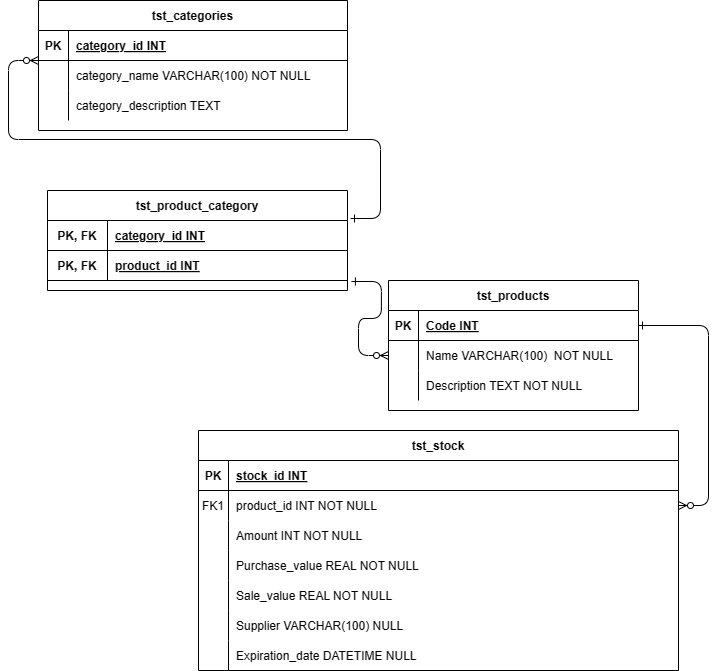
Earlier version of the draw.io export DER.drawio.png (SrSpratt/Desafio.API_camadas). Source tidied: cells renumbered, new cells last; positions are measured from the earlier drawing's top-left corner, leaving out a move shared by most shapes.
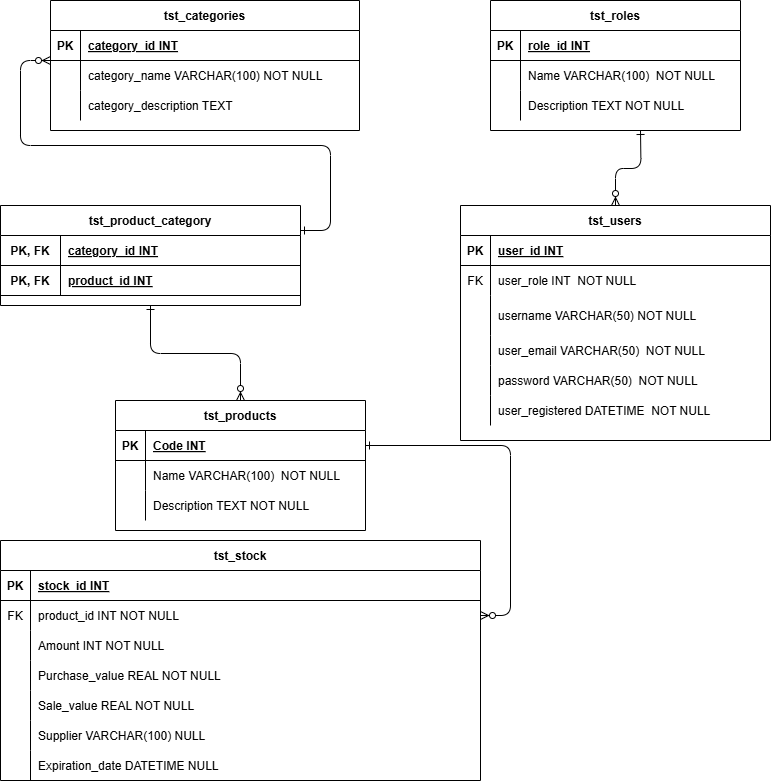
The same diagram one commit later.

Diff of the diagram source:
```diff
@@ -2,20 +2,11 @@
   <root>
     <mxCell id="0" />
     <mxCell id="1" parent="0" />
-    <mxCell id="2" style="edgeStyle=entityRelationEdgeStyle;endArrow=ERzeroToMany;startArrow=ERone;endFill=1;startFill=0;exitX=1.013;exitY=1.033;exitDx=0;exitDy=0;exitPerimeter=0;" parent="1" edge="1" source="51" target="8">
-      <mxGeometry relative="1" as="geometry">
-        <Array as="points">
-          <mxPoint x="360" y="310" />
-          <mxPoint x="300" y="120" />
-          <mxPoint x="370" y="220" />
-        </Array>
-      </mxGeometry>
-    </mxCell>
     <mxCell id="3" style="edgeStyle=entityRelationEdgeStyle;endArrow=ERzeroToMany;startArrow=ERone;endFill=1;startFill=0;" parent="1" edge="1" source="5" target="18">
       <mxGeometry relative="1" as="geometry" />
     </mxCell>
     <mxCell id="4" value="tst_products" style="shape=table;startSize=30;rowLines=0;fontStyle=1;align=center;" parent="1" vertex="1">
-      <mxGeometry x="350" y="280" width="250" height="130" as="geometry" />
+      <mxGeometry x="65" y="400" width="250" height="130" as="geometry" />
     </mxCell>
     <mxCell id="5" style="shape=partialRectangle;fillColor=none;points=[[0,0.5],[1,0.5]];portConstraint=eastwest;top=0;left=0;right=0;bottom=1;" parent="4" vertex="1">
       <mxGeometry y="30" width="250" height="30" as="geometry" />
@@ -45,7 +36,7 @@
       <mxGeometry x="30" width="220" height="30" as="geometry" />
     </mxCell>
     <mxCell id="14" value="tst_stock" style="shape=table;startSize=30;rowLines=0;fontStyle=1;align=center;" parent="1" vertex="1">
-      <mxGeometry x="160" y="430" width="480" height="240" as="geometry" />
+      <mxGeometry x="-50" y="540" width="480" height="240" as="geometry" />
     </mxCell>
     <mxCell id="15" style="shape=partialRectangle;fillColor=none;top=0;left=0;right=0;bottom=1;" parent="14" vertex="1">
       <mxGeometry y="30" width="480" height="30" as="geometry" />
@@ -59,7 +50,7 @@
     <mxCell id="18" style="shape=partialRectangle;fillColor=none;points=[[0,0.5],[1,0.5]];portConstraint=eastwest;top=0;left=0;right=0;bottom=0;" parent="14" vertex="1">
       <mxGeometry y="60" width="480" height="30" as="geometry" />
     </mxCell>
-    <mxCell id="19" value="FK1" style="shape=partialRectangle;overflow=hidden;fillColor=none;top=0;left=0;bottom=0;right=0;" parent="18" vertex="1">
+    <mxCell id="19" value="FK" style="shape=partialRectangle;overflow=hidden;fillColor=none;top=0;left=0;bottom=0;right=0;" parent="18" vertex="1">
       <mxGeometry width="30" height="30" as="geometry" />
     </mxCell>
     <mxCell id="20" value="product_id INT NOT NULL" style="shape=partialRectangle;overflow=hidden;fillColor=none;top=0;left=0;bottom=0;right=0;align=left;spacingLeft=6;" parent="18" vertex="1">
@@ -140,7 +131,7 @@
     <mxCell id="45" value="category_description TEXT" style="shape=partialRectangle;overflow=hidden;fillColor=none;top=0;left=0;bottom=0;right=0;align=left;spacingLeft=6;" parent="43" vertex="1">
       <mxGeometry x="30" width="279" height="30" as="geometry" />
     </mxCell>
-    <mxCell id="46" style="edgeStyle=entityRelationEdgeStyle;endArrow=ERzeroToMany;startArrow=ERone;endFill=1;startFill=0;exitX=1.01;exitY=-0.067;exitDx=0;exitDy=0;exitPerimeter=0;" parent="1" edge="1" source="48">
+    <mxCell id="46" style="edgeStyle=entityRelationEdgeStyle;endArrow=ERzeroToMany;startArrow=ERone;endFill=1;startFill=0;exitX=1;exitY=0.25;exitDx=0;exitDy=0;" parent="1" edge="1" source="47">
       <mxGeometry relative="1" as="geometry">
         <mxPoint y="60" as="targetPoint" />
         <Array as="points">
@@ -154,8 +145,8 @@
         </Array>
       </mxGeometry>
     </mxCell>
-    <mxCell id="47" value="tst_product_category" style="shape=table;startSize=30;rowLines=0;fontStyle=1;align=center;" parent="1" vertex="1">
-      <mxGeometry x="9" y="190" width="300" height="100" as="geometry" />
+    <mxCell id="47" value="tst_product_category" style="shape=table;startSize=30;rowLines=0;fontStyle=1;align=center;direction=east;" parent="1" vertex="1">
+      <mxGeometry x="-50" y="205" width="300" height="100" as="geometry" />
     </mxCell>
     <mxCell id="48" style="shape=partialRectangle;fillColor=none;points=[[0,0.5],[1,0.5]];portConstraint=eastwest;top=0;left=0;right=0;bottom=1;" parent="47" vertex="1">
       <mxGeometry y="30" width="300" height="30" as="geometry" />
@@ -175,5 +166,100 @@
     <mxCell id="53" value="product_id INT" style="shape=partialRectangle;overflow=hidden;fillColor=none;top=0;left=0;bottom=0;right=0;align=left;spacingLeft=6;fontStyle=5;" parent="51" vertex="1">
       <mxGeometry x="60" width="240" height="30" as="geometry" />
     </mxCell>
+    <mxCell id="54" value="tst_roles" style="shape=table;startSize=30;rowLines=0;fontStyle=1;align=center;" parent="1" vertex="1">
+      <mxGeometry x="440" width="250" height="130" as="geometry" />
+    </mxCell>
+    <mxCell id="55" style="shape=partialRectangle;fillColor=none;top=0;left=0;right=0;bottom=1;" parent="54" vertex="1">
+      <mxGeometry y="30" width="250" height="30" as="geometry" />
+    </mxCell>
+    <mxCell id="56" value="PK" style="shape=partialRectangle;overflow=hidden;fillColor=none;top=0;left=0;bottom=0;right=0;fontStyle=1;" parent="55" vertex="1">
+      <mxGeometry width="30" height="30" as="geometry" />
+    </mxCell>
+    <mxCell id="57" value="role_id INT" style="shape=partialRectangle;overflow=hidden;fillColor=none;top=0;left=0;bottom=0;right=0;align=left;spacingLeft=6;fontStyle=5;" parent="55" vertex="1">
+      <mxGeometry x="30" width="220" height="30" as="geometry" />
+    </mxCell>
+    <mxCell id="58" style="shape=partialRectangle;fillColor=none;top=0;left=0;right=0;bottom=0;" parent="54" vertex="1">
+      <mxGeometry y="60" width="250" height="30" as="geometry" />
+    </mxCell>
+    <mxCell id="59" style="shape=partialRectangle;overflow=hidden;fillColor=none;top=0;left=0;bottom=0;right=0;" parent="58" vertex="1">
+      <mxGeometry width="30" height="30" as="geometry" />
+    </mxCell>
+    <mxCell id="60" value="Name VARCHAR(100)  NOT NULL" style="shape=partialRectangle;overflow=hidden;fillColor=none;top=0;left=0;bottom=0;right=0;align=left;spacingLeft=6;" parent="58" vertex="1">
+      <mxGeometry x="30" width="220" height="30" as="geometry" />
+    </mxCell>
+    <mxCell id="61" style="shape=partialRectangle;fillColor=none;top=0;left=0;right=0;bottom=0;" parent="54" vertex="1">
+      <mxGeometry y="90" width="250" height="30" as="geometry" />
+    </mxCell>
+    <mxCell id="62" style="shape=partialRectangle;overflow=hidden;fillColor=none;top=0;left=0;bottom=0;right=0;" parent="61" vertex="1">
+      <mxGeometry width="30" height="30" as="geometry" />
+    </mxCell>
+    <mxCell id="63" value="Description TEXT NOT NULL" style="shape=partialRectangle;overflow=hidden;fillColor=none;top=0;left=0;bottom=0;right=0;align=left;spacingLeft=6;" parent="61" vertex="1">
+      <mxGeometry x="30" width="220" height="30" as="geometry" />
+    </mxCell>
+    <mxCell id="64" style="edgeStyle=orthogonalEdgeStyle;endArrow=ERzeroToMany;startArrow=ERone;endFill=1;startFill=0;" parent="1" edge="1" target="65">
+      <mxGeometry relative="1" as="geometry">
+        <mxPoint x="590" y="130" as="sourcePoint" />
+      </mxGeometry>
+    </mxCell>
+    <mxCell id="65" value="tst_users" style="shape=table;startSize=30;rowLines=0;fontStyle=1;align=center;" parent="1" vertex="1">
+      <mxGeometry x="410" y="205" width="310" height="235" as="geometry" />
+    </mxCell>
+    <mxCell id="66" style="shape=partialRectangle;fillColor=none;top=0;left=0;right=0;bottom=1;" parent="65" vertex="1">
+      <mxGeometry y="30" width="310" height="30" as="geometry" />
+    </mxCell>
+    <mxCell id="67" value="PK" style="shape=partialRectangle;overflow=hidden;fillColor=none;top=0;left=0;bottom=0;right=0;fontStyle=1;" parent="66" vertex="1">
+      <mxGeometry width="30" height="30" as="geometry" />
+    </mxCell>
+    <mxCell id="68" value="user_id INT" style="shape=partialRectangle;overflow=hidden;fillColor=none;top=0;left=0;bottom=0;right=0;align=left;spacingLeft=6;fontStyle=5;" parent="66" vertex="1">
+      <mxGeometry x="30" width="280" height="30" as="geometry" />
+    </mxCell>
+    <mxCell id="69" style="shape=partialRectangle;fillColor=none;top=0;left=0;right=0;bottom=0;" parent="65" vertex="1">
+      <mxGeometry y="60" width="310" height="30" as="geometry" />
+    </mxCell>
+    <mxCell id="70" value="FK" style="shape=partialRectangle;overflow=hidden;fillColor=none;top=0;left=0;bottom=0;right=0;" parent="69" vertex="1">
+      <mxGeometry width="30" height="30" as="geometry" />
+    </mxCell>
+    <mxCell id="71" value="user_role INT  NOT NULL" style="shape=partialRectangle;overflow=hidden;fillColor=none;top=0;left=0;bottom=0;right=0;align=left;spacingLeft=6;" parent="69" vertex="1">
+      <mxGeometry x="30" width="280" height="30" as="geometry" />
+    </mxCell>
+    <mxCell id="72" style="shape=partialRectangle;fillColor=none;top=0;left=0;right=0;bottom=0;" parent="65" vertex="1">
+      <mxGeometry y="90" width="310" height="40" as="geometry" />
+    </mxCell>
+    <mxCell id="73" style="shape=partialRectangle;overflow=hidden;fillColor=none;top=0;left=0;bottom=0;right=0;" parent="72" vertex="1">
+      <mxGeometry width="30" height="40" as="geometry" />
+    </mxCell>
+    <mxCell id="74" value="username VARCHAR(50) NOT NULL" style="shape=partialRectangle;overflow=hidden;fillColor=none;top=0;left=0;bottom=0;right=0;align=left;spacingLeft=6;" parent="72" vertex="1">
+      <mxGeometry x="30" width="280" height="40" as="geometry" />
+    </mxCell>
+    <mxCell id="75" style="shape=partialRectangle;fillColor=none;top=0;left=0;right=0;bottom=0;" parent="65" vertex="1">
+      <mxGeometry y="130" width="310" height="30" as="geometry" />
+    </mxCell>
+    <mxCell id="76" style="shape=partialRectangle;overflow=hidden;fillColor=none;top=0;left=0;bottom=0;right=0;" parent="75" vertex="1">
+      <mxGeometry width="30" height="30" as="geometry" />
+    </mxCell>
+    <mxCell id="77" value="user_email VARCHAR(50)  NOT NULL" style="shape=partialRectangle;overflow=hidden;fillColor=none;top=0;left=0;bottom=0;right=0;align=left;spacingLeft=6;" parent="75" vertex="1">
+      <mxGeometry x="30" width="280" height="30" as="geometry" />
+    </mxCell>
+    <mxCell id="78" style="shape=partialRectangle;fillColor=none;top=0;left=0;right=0;bottom=0;" parent="65" vertex="1">
+      <mxGeometry y="160" width="310" height="30" as="geometry" />
+    </mxCell>
+    <mxCell id="79" style="shape=partialRectangle;overflow=hidden;fillColor=none;top=0;left=0;bottom=0;right=0;" parent="78" vertex="1">
+      <mxGeometry width="30" height="30" as="geometry" />
+    </mxCell>
+    <mxCell id="80" value="password VARCHAR(50)  NOT NULL" style="shape=partialRectangle;overflow=hidden;fillColor=none;top=0;left=0;bottom=0;right=0;align=left;spacingLeft=6;" parent="78" vertex="1">
+      <mxGeometry x="30" width="280" height="30" as="geometry" />
+    </mxCell>
+    <mxCell id="81" style="shape=partialRectangle;fillColor=none;top=0;left=0;right=0;bottom=0;" parent="65" vertex="1">
+      <mxGeometry y="190" width="310" height="30" as="geometry" />
+    </mxCell>
+    <mxCell id="82" style="shape=partialRectangle;overflow=hidden;fillColor=none;top=0;left=0;bottom=0;right=0;" parent="81" vertex="1">
+      <mxGeometry width="30" height="30" as="geometry" />
+    </mxCell>
+    <mxCell id="83" value="user_registered DATETIME  NOT NULL" style="shape=partialRectangle;overflow=hidden;fillColor=none;top=0;left=0;bottom=0;right=0;align=left;spacingLeft=6;" parent="81" vertex="1">
+      <mxGeometry x="30" width="280" height="30" as="geometry" />
+    </mxCell>
+    <mxCell id="2" style="endArrow=ERzeroToMany;startArrow=ERone;endFill=1;startFill=0;entryDx=0;entryDy=0;entryX=0.5;entryY=0;verticalAlign=middle;edgeStyle=elbowEdgeStyle;elbow=vertical;" parent="1" edge="1" source="47" target="4">
+      <mxGeometry relative="1" as="geometry" />
+    </mxCell>
   </root>
 </mxGraphModel>
```
